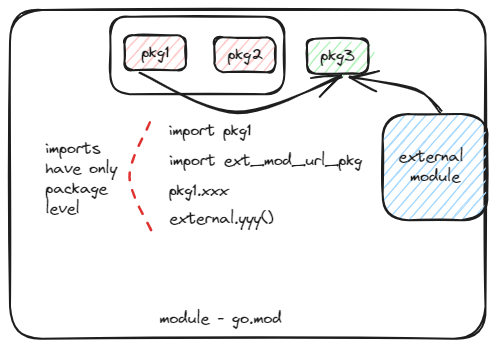
This is static/img/go-module-structure.excalidraw.png from swaroopar/inprogress-engineer, a Excalidraw export, as it was before one commit. Source tidied: one line per element, renumbered; positions are measured from the earlier drawing's top-left corner, leaving out a move shared by most shapes. The source it was exported from:
```json
{"id": 0, "type": "rectangle", "strokeColor": "#1e1e1e", "strokeWidth": 2, "roughness": 1, "round": true, "x": 0, "y": 0, "width": 475, "height": 329}
{"id": 1, "type": "text", "text": "module - go.mod", "strokeColor": "#1e1e1e", "strokeWidth": 2, "roughness": 1, "fontSize": 16, "fontFamily": 1, "x": 149, "y": 299, "width": 122, "height": 20}
{"id": 2, "type": "rectangle", "strokeColor": "#1e1e1e", "backgroundColor": "#ffc9c9", "fillStyle": "hachure", "strokeWidth": 2, "roughness": 1, "round": true, "x": 114, "y": 25, "width": 61, "height": 35}
{"id": 3, "type": "text", "text": "pkg1", "strokeColor": "#1e1e1e", "strokeWidth": 2, "roughness": 1, "fontSize": 16, "fontFamily": 1, "textAlign": "center", "verticalAlign": "middle", "inside": 2, "x": 131, "y": 33, "width": 28, "height": 20}
{"id": 4, "type": "rectangle", "strokeColor": "#1e1e1e", "backgroundColor": "#ffc9c9", "fillStyle": "hachure", "strokeWidth": 2, "roughness": 1, "round": true, "x": 204, "y": 27, "width": 61, "height": 35}
{"id": 5, "type": "text", "text": "pkg2", "strokeColor": "#1e1e1e", "strokeWidth": 2, "roughness": 1, "fontSize": 16, "fontFamily": 1, "textAlign": "center", "verticalAlign": "middle", "inside": 4, "x": 217, "y": 35, "width": 35, "height": 20}
{"id": 6, "type": "rectangle", "strokeColor": "#1e1e1e", "backgroundColor": "#b2f2bb", "fillStyle": "hachure", "strokeWidth": 2, "roughness": 1, "round": true, "x": 297, "y": 29, "width": 61, "height": 35}
{"id": 7, "type": "text", "text": "pkg3", "strokeColor": "#1e1e1e", "strokeWidth": 2, "roughness": 1, "fontSize": 16, "fontFamily": 1, "textAlign": "center", "verticalAlign": "middle", "inside": 6, "x": 310, "y": 36, "width": 35, "height": 20}
{"id": 8, "type": "arrow", "strokeColor": "#1e1e1e", "strokeWidth": 2, "roughness": 1, "endArrowhead": "arrow", "round": true, "from": 2, "to": 6, "x": 131, "y": 62, "width": 201, "height": 39, "points": [[0, 0], [96, 39], [201, 4]]}
{"id": 9, "type": "rectangle", "strokeColor": "#1e1e1e", "backgroundColor": "#a5d8ff", "fillStyle": "hachure", "strokeWidth": 2, "roughness": 1, "round": true, "x": 373, "y": 104, "width": 105, "height": 106}
{"id": 10, "type": "text", "text": "external \nmodule", "strokeColor": "#1e1e1e", "strokeWidth": 2, "roughness": 1, "fontSize": 16, "fontFamily": 1, "textAlign": "center", "verticalAlign": "middle", "inside": 9, "x": 389, "y": 137, "width": 73, "height": 40}
{"id": 11, "type": "arrow", "strokeColor": "#1e1e1e", "strokeWidth": 2, "roughness": 1, "endArrowhead": "arrow", "round": true, "from": 9, "to": 6, "x": 431, "y": 102, "width": 93, "height": 34, "points": [[0, 0], [-25, -22], [-93, -34]]}
{"id": 12, "type": "text", "text": "import pkg1", "strokeColor": "#1e1e1e", "strokeWidth": 2, "roughness": 1, "fontSize": 16, "fontFamily": 1, "x": 159, "y": 111, "width": 82, "height": 20}
{"id": 13, "type": "text", "text": "import ext_mod_url_pkg", "strokeColor": "#1e1e1e", "strokeWidth": 2, "roughness": 1, "fontSize": 16, "fontFamily": 1, "x": 159, "y": 141, "width": 193, "height": 20}
{"id": 14, "type": "text", "text": "pkg1.xxx", "strokeColor": "#1e1e1e", "strokeWidth": 2, "roughness": 1, "fontSize": 16, "fontFamily": 1, "x": 159, "y": 171, "width": 59, "height": 20}
{"id": 15, "type": "text", "text": "external.yyy()", "strokeColor": "#1e1e1e", "strokeWidth": 2, "roughness": 1, "fontSize": 16, "fontFamily": 1, "x": 159, "y": 199, "width": 104, "height": 20}
{"id": 16, "type": "rectangle", "strokeColor": "#1e1e1e", "strokeWidth": 2, "roughness": 1, "round": true, "x": 100, "y": 7, "width": 174, "height": 77}
{"id": 17, "type": "line", "strokeColor": "#e03131", "backgroundColor": "#a5d8ff", "fillStyle": "hachure", "strokeWidth": 2, "strokeStyle": "dashed", "roughness": 1, "round": true, "x": 139, "y": 113, "width": 22, "height": 108, "points": [[0, 0], [-19, 55], [3, 108]]}
{"id": 18, "type": "text", "text": "imports \nhave only\npackage \nlevel", "strokeColor": "#1e1e1e", "backgroundColor": "#a5d8ff", "fillStyle": "hachure", "strokeWidth": 2, "roughness": 1, "fontSize": 16, "fontFamily": 1, "x": 35, "y": 129, "width": 72, "height": 80}
```
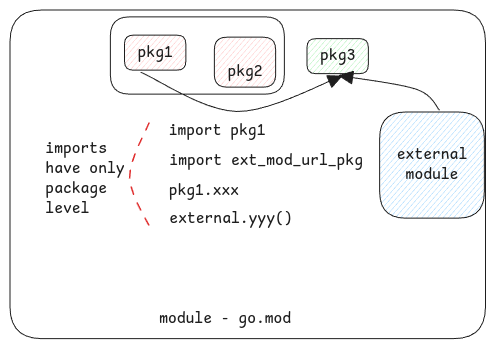
Above is the later version.

The edit, as a diff of the source:
```diff
@@ -1,19 +1,19 @@
-{"id": 0, "type": "rectangle", "strokeColor": "#1e1e1e", "strokeWidth": 2, "roughness": 1, "round": true, "x": 0, "y": 0, "width": 475, "height": 329}
+{"id": 0, "type": "rectangle", "strokeColor": "#1e1e1e", "strokeWidth": 1, "roughness": 0, "round": true, "x": 0, "y": 0, "width": 475, "height": 329}
-{"id": 1, "type": "text", "text": "module - go.mod", "strokeColor": "#1e1e1e", "strokeWidth": 2, "roughness": 1, "fontSize": 16, "fontFamily": 1, "x": 149, "y": 299, "width": 122, "height": 20}
+{"id": 1, "type": "text", "text": "module - go.mod", "strokeColor": "#1e1e1e", "strokeWidth": 1, "roughness": 0, "fontSize": 16, "fontFamily": 8, "x": 149, "y": 299, "width": 132, "height": 20}
-{"id": 2, "type": "rectangle", "strokeColor": "#1e1e1e", "backgroundColor": "#ffc9c9", "fillStyle": "hachure", "strokeWidth": 2, "roughness": 1, "round": true, "x": 114, "y": 25, "width": 61, "height": 35}
+{"id": 2, "type": "rectangle", "strokeColor": "#1e1e1e", "backgroundColor": "#ffc9c9", "fillStyle": "hachure", "strokeWidth": 1, "roughness": 0, "round": true, "x": 114, "y": 25, "width": 61, "height": 35}
-{"id": 3, "type": "text", "text": "pkg1", "strokeColor": "#1e1e1e", "strokeWidth": 2, "roughness": 1, "fontSize": 16, "fontFamily": 1, "textAlign": "center", "verticalAlign": "middle", "inside": 2, "x": 131, "y": 33, "width": 28, "height": 20}
+{"id": 3, "type": "text", "text": "pkg1", "strokeColor": "#1e1e1e", "strokeWidth": 2, "roughness": 1, "fontSize": 16, "fontFamily": 8, "textAlign": "center", "verticalAlign": "middle", "inside": 2, "x": 128, "y": 33, "width": 35, "height": 20}
-{"id": 4, "type": "rectangle", "strokeColor": "#1e1e1e", "backgroundColor": "#ffc9c9", "fillStyle": "hachure", "strokeWidth": 2, "roughness": 1, "round": true, "x": 204, "y": 27, "width": 61, "height": 35}
+{"id": 4, "type": "rectangle", "strokeColor": "#1e1e1e", "backgroundColor": "#ffc9c9", "fillStyle": "hachure", "strokeWidth": 1, "roughness": 0, "round": true, "x": 204, "y": 27, "width": 61, "height": 50}
-{"id": 5, "type": "text", "text": "pkg2", "strokeColor": "#1e1e1e", "strokeWidth": 2, "roughness": 1, "fontSize": 16, "fontFamily": 1, "textAlign": "center", "verticalAlign": "middle", "inside": 4, "x": 217, "y": 35, "width": 35, "height": 20}
+{"id": 5, "type": "text", "text": "\npkg2", "strokeColor": "#1e1e1e", "strokeWidth": 2, "roughness": 1, "fontSize": 16, "fontFamily": 8, "textAlign": "center", "verticalAlign": "middle", "inside": 4, "x": 217, "y": 32, "width": 35, "height": 40}
-{"id": 6, "type": "rectangle", "strokeColor": "#1e1e1e", "backgroundColor": "#b2f2bb", "fillStyle": "hachure", "strokeWidth": 2, "roughness": 1, "round": true, "x": 297, "y": 29, "width": 61, "height": 35}
+{"id": 6, "type": "rectangle", "strokeColor": "#1e1e1e", "backgroundColor": "#b2f2bb", "fillStyle": "hachure", "strokeWidth": 1, "roughness": 0, "round": true, "x": 297, "y": 29, "width": 61, "height": 35}
-{"id": 7, "type": "text", "text": "pkg3", "strokeColor": "#1e1e1e", "strokeWidth": 2, "roughness": 1, "fontSize": 16, "fontFamily": 1, "textAlign": "center", "verticalAlign": "middle", "inside": 6, "x": 310, "y": 36, "width": 35, "height": 20}
+{"id": 7, "type": "text", "text": "pkg3", "strokeColor": "#1e1e1e", "strokeWidth": 2, "roughness": 1, "fontSize": 16, "fontFamily": 8, "textAlign": "center", "verticalAlign": "middle", "inside": 6, "x": 310, "y": 36, "width": 35, "height": 20}
-{"id": 8, "type": "arrow", "strokeColor": "#1e1e1e", "strokeWidth": 2, "roughness": 1, "endArrowhead": "arrow", "round": true, "from": 2, "to": 6, "x": 131, "y": 62, "width": 201, "height": 39, "points": [[0, 0], [96, 39], [201, 4]]}
+{"id": 8, "type": "arrow", "strokeColor": "#1e1e1e", "strokeWidth": 1, "roughness": 0, "endArrowhead": "triangle", "round": true, "from": 2, "to": 6, "x": 131, "y": 62, "width": 201, "height": 39, "points": [[0, 0], [96, 39], [201, 4]]}
-{"id": 9, "type": "rectangle", "strokeColor": "#1e1e1e", "backgroundColor": "#a5d8ff", "fillStyle": "hachure", "strokeWidth": 2, "roughness": 1, "round": true, "x": 373, "y": 104, "width": 105, "height": 106}
+{"id": 9, "type": "rectangle", "strokeColor": "#1e1e1e", "backgroundColor": "#a5d8ff", "fillStyle": "hachure", "strokeWidth": 1, "roughness": 0, "round": true, "x": 370, "y": 102, "width": 105, "height": 106}
-{"id": 10, "type": "text", "text": "external \nmodule", "strokeColor": "#1e1e1e", "strokeWidth": 2, "roughness": 1, "fontSize": 16, "fontFamily": 1, "textAlign": "center", "verticalAlign": "middle", "inside": 9, "x": 389, "y": 137, "width": 73, "height": 40}
+{"id": 10, "type": "text", "text": "external\nmodule", "strokeColor": "#1e1e1e", "strokeWidth": 2, "roughness": 1, "fontSize": 16, "fontFamily": 8, "textAlign": "center", "verticalAlign": "middle", "inside": 9, "x": 387, "y": 135, "width": 70, "height": 40}
-{"id": 11, "type": "arrow", "strokeColor": "#1e1e1e", "strokeWidth": 2, "roughness": 1, "endArrowhead": "arrow", "round": true, "from": 9, "to": 6, "x": 431, "y": 102, "width": 93, "height": 34, "points": [[0, 0], [-25, -22], [-93, -34]]}
+{"id": 11, "type": "arrow", "strokeColor": "#1e1e1e", "strokeWidth": 1, "roughness": 0, "endArrowhead": "triangle", "round": true, "from": 9, "to": 6, "x": 430, "y": 100, "width": 100, "height": 35, "points": [[0, 0], [-23, -21], [-100, -35]]}
-{"id": 12, "type": "text", "text": "import pkg1", "strokeColor": "#1e1e1e", "strokeWidth": 2, "roughness": 1, "fontSize": 16, "fontFamily": 1, "x": 159, "y": 111, "width": 82, "height": 20}
+{"id": 12, "type": "text", "text": "import pkg1", "strokeColor": "#1e1e1e", "strokeWidth": 1, "roughness": 0, "fontSize": 16, "fontFamily": 8, "x": 159, "y": 111, "width": 97, "height": 20}
-{"id": 13, "type": "text", "text": "import ext_mod_url_pkg", "strokeColor": "#1e1e1e", "strokeWidth": 2, "roughness": 1, "fontSize": 16, "fontFamily": 1, "x": 159, "y": 141, "width": 193, "height": 20}
+{"id": 13, "type": "text", "text": "import ext_mod_url_pkg", "strokeColor": "#1e1e1e", "strokeWidth": 1, "roughness": 0, "fontSize": 16, "fontFamily": 8, "x": 159, "y": 141, "width": 194, "height": 20}
-{"id": 14, "type": "text", "text": "pkg1.xxx", "strokeColor": "#1e1e1e", "strokeWidth": 2, "roughness": 1, "fontSize": 16, "fontFamily": 1, "x": 159, "y": 171, "width": 59, "height": 20}
+{"id": 14, "type": "text", "text": "pkg1.xxx", "strokeColor": "#1e1e1e", "strokeWidth": 1, "roughness": 0, "fontSize": 16, "fontFamily": 8, "x": 159, "y": 171, "width": 70, "height": 20}
-{"id": 15, "type": "text", "text": "external.yyy()", "strokeColor": "#1e1e1e", "strokeWidth": 2, "roughness": 1, "fontSize": 16, "fontFamily": 1, "x": 159, "y": 199, "width": 104, "height": 20}
+{"id": 15, "type": "text", "text": "external.yyy()", "strokeColor": "#1e1e1e", "strokeWidth": 1, "roughness": 0, "fontSize": 16, "fontFamily": 8, "x": 159, "y": 199, "width": 123, "height": 20}
-{"id": 16, "type": "rectangle", "strokeColor": "#1e1e1e", "strokeWidth": 2, "roughness": 1, "round": true, "x": 100, "y": 7, "width": 174, "height": 77}
+{"id": 16, "type": "rectangle", "strokeColor": "#1e1e1e", "strokeWidth": 1, "roughness": 0, "round": true, "x": 100, "y": 7, "width": 174, "height": 77}
-{"id": 17, "type": "line", "strokeColor": "#e03131", "backgroundColor": "#a5d8ff", "fillStyle": "hachure", "strokeWidth": 2, "strokeStyle": "dashed", "roughness": 1, "round": true, "x": 139, "y": 113, "width": 22, "height": 108, "points": [[0, 0], [-19, 55], [3, 108]]}
+{"id": 17, "type": "line", "strokeColor": "#e03131", "backgroundColor": "#a5d8ff", "fillStyle": "hachure", "strokeWidth": 1, "strokeStyle": "dashed", "roughness": 0, "endArrowhead": "triangle", "round": true, "x": 139, "y": 113, "width": 22, "height": 108, "points": [[0, 0], [-19, 55], [3, 108]]}
-{"id": 18, "type": "text", "text": "imports \nhave only\npackage \nlevel", "strokeColor": "#1e1e1e", "backgroundColor": "#a5d8ff", "fillStyle": "hachure", "strokeWidth": 2, "roughness": 1, "fontSize": 16, "fontFamily": 1, "x": 35, "y": 129, "width": 72, "height": 80}
+{"id": 18, "type": "text", "text": "imports \nhave only\npackage \nlevel", "strokeColor": "#1e1e1e", "backgroundColor": "#a5d8ff", "fillStyle": "hachure", "strokeWidth": 1, "roughness": 0, "fontSize": 16, "fontFamily": 8, "x": 35, "y": 129, "width": 79, "height": 80}
```
